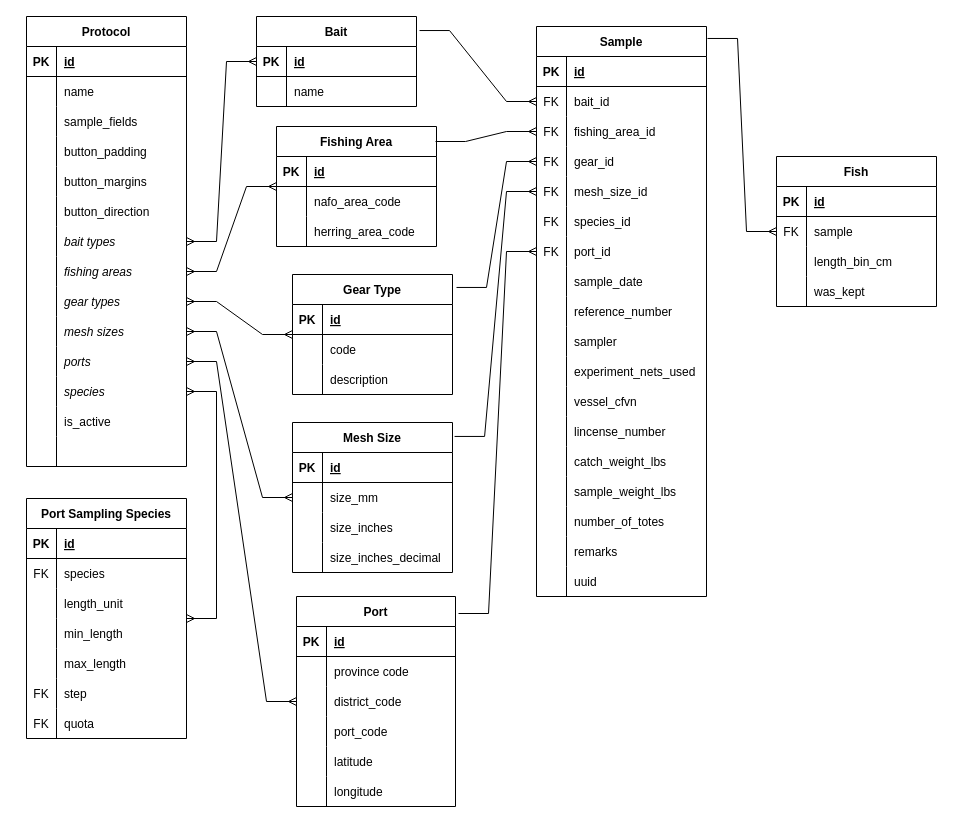
Above: ANDES-TechReport-EN/figures/src/erd_port.drawio in dfo-gulf-science/ANDES-description-report-2023 (draw.io), before the change. Source tidied: cells renumbered, new cells numbered last; positions are measured from the earlier drawing's top-left corner, leaving out a move shared by most shapes. Both pictures are drawn from the tidied source at 100%, with x=0, y=0 at pixel (26, 16).
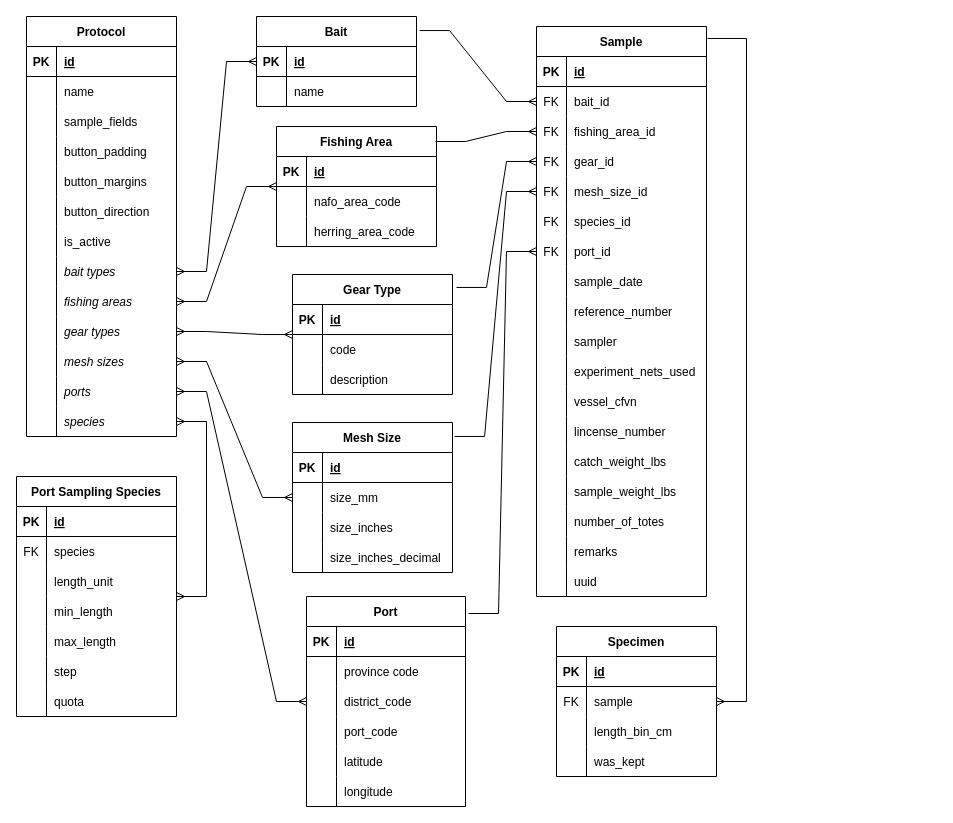
The same page after the edit.

Unchanged cells that the change refers to:
```xml
<mxCell id="165" style="shape=partialRectangle;fillColor=none;top=0;left=0;right=0;bottom=0;" parent="149" vertex="1">
  <mxGeometry y="180" width="160" height="30" as="geometry" />
</mxCell>
<mxCell id="168" style="shape=partialRectangle;fillColor=none;top=0;left=0;right=0;bottom=0;" parent="149" vertex="1">
  <mxGeometry y="210" width="160" height="30" as="geometry" />
</mxCell>
```

The edit, as a diff of the source:
```diff
@@
     <mxCell id="2" value="Protocol" style="shape=table;startSize=30;childLayout=tableLayout;rowLines=0;fontStyle=1;align=center;" parent="1" vertex="1">
-      <mxGeometry width="160" height="450" as="geometry" />
+      <mxGeometry width="150" height="420" as="geometry" />
     </mxCell>
     <mxCell id="3" style="shape=partialRectangle;fillColor=none;top=0;left=0;right=0;bottom=1;" parent="2" vertex="1">
-      <mxGeometry y="30" width="160" height="30" as="geometry" />
+      <mxGeometry y="30" width="150" height="30" as="geometry" />
     </mxCell>
@@
     <mxCell id="5" value="id" style="shape=partialRectangle;overflow=hidden;fillColor=none;top=0;left=0;bottom=0;right=0;align=left;spacingLeft=6;fontStyle=5;" parent="3" vertex="1">
-      <mxGeometry x="30" width="130" height="30" as="geometry" />
+      <mxGeometry x="30" width="120" height="30" as="geometry" />
     </mxCell>
     <mxCell id="6" style="shape=partialRectangle;fillColor=none;top=0;left=0;right=0;bottom=0;" parent="2" vertex="1">
-      <mxGeometry y="60" width="160" height="30" as="geometry" />
+      <mxGeometry y="60" width="150" height="30" as="geometry" />
     </mxCell>
@@
     <mxCell id="8" value="name" style="shape=partialRectangle;overflow=hidden;fillColor=none;top=0;left=0;bottom=0;right=0;align=left;spacingLeft=6;" parent="6" vertex="1">
-      <mxGeometry x="30" width="130" height="30" as="geometry" />
+      <mxGeometry x="30" width="120" height="30" as="geometry" />
     </mxCell>
     <mxCell id="9" style="shape=partialRectangle;fillColor=none;top=0;left=0;right=0;bottom=0;" parent="2" vertex="1">
-      <mxGeometry y="90" width="160" height="30" as="geometry" />
+      <mxGeometry y="90" width="150" height="30" as="geometry" />
     </mxCell>
@@
     <mxCell id="11" value="sample_fields" style="shape=partialRectangle;overflow=hidden;fillColor=none;top=0;left=0;bottom=0;right=0;align=left;spacingLeft=6;" parent="9" vertex="1">
-      <mxGeometry x="30" width="130" height="30" as="geometry" />
+      <mxGeometry x="30" width="120" height="30" as="geometry" />
     </mxCell>
     <mxCell id="12" style="shape=partialRectangle;fillColor=none;top=0;left=0;right=0;bottom=0;" parent="2" vertex="1">
-      <mxGeometry y="120" width="160" height="30" as="geometry" />
+      <mxGeometry y="120" width="150" height="30" as="geometry" />
     </mxCell>
@@
     <mxCell id="14" value="button_padding" style="shape=partialRectangle;overflow=hidden;fillColor=none;top=0;left=0;bottom=0;right=0;align=left;spacingLeft=6;" parent="12" vertex="1">
-      <mxGeometry x="30" width="130" height="30" as="geometry" />
+      <mxGeometry x="30" width="120" height="30" as="geometry" />
     </mxCell>
     <mxCell id="15" style="shape=partialRectangle;fillColor=none;top=0;left=0;right=0;bottom=0;" parent="2" vertex="1">
-      <mxGeometry y="150" width="160" height="30" as="geometry" />
+      <mxGeometry y="150" width="150" height="30" as="geometry" />
     </mxCell>
@@
     <mxCell id="17" value="button_margins" style="shape=partialRectangle;overflow=hidden;fillColor=none;top=0;left=0;bottom=0;right=0;align=left;spacingLeft=6;" parent="15" vertex="1">
-      <mxGeometry x="30" width="130" height="30" as="geometry" />
+      <mxGeometry x="30" width="120" height="30" as="geometry" />
     </mxCell>
     <mxCell id="18" style="shape=partialRectangle;fillColor=none;top=0;left=0;right=0;bottom=0;" parent="2" vertex="1">
-      <mxGeometry y="180" width="160" height="30" as="geometry" />
+      <mxGeometry y="180" width="150" height="30" as="geometry" />
     </mxCell>
@@
     <mxCell id="20" value="button_direction" style="shape=partialRectangle;overflow=hidden;fillColor=none;top=0;left=0;bottom=0;right=0;align=left;spacingLeft=6;" parent="18" vertex="1">
-      <mxGeometry x="30" width="130" height="30" as="geometry" />
+      <mxGeometry x="30" width="120" height="30" as="geometry" />
     </mxCell>
+    <mxCell id="39" style="shape=partialRectangle;fillColor=none;top=0;left=0;right=0;bottom=0;" parent="2" vertex="1">
+      <mxGeometry y="210" width="150" height="30" as="geometry" />
+    </mxCell>
+    <mxCell id="40" style="shape=partialRectangle;overflow=hidden;fillColor=none;top=0;left=0;bottom=0;right=0;" parent="39" vertex="1">
+      <mxGeometry width="30" height="30" as="geometry" />
+    </mxCell>
+    <mxCell id="41" value="is_active" style="shape=partialRectangle;overflow=hidden;fillColor=none;top=0;left=0;bottom=0;right=0;align=left;spacingLeft=6;" parent="39" vertex="1">
+      <mxGeometry x="30" width="120" height="30" as="geometry" />
+    </mxCell>
     <mxCell id="21" style="shape=partialRectangle;fillColor=none;points=[[0,0.5],[1,0.5]];portConstraint=eastwest;top=0;left=0;right=0;bottom=0;" parent="2" vertex="1">
-      <mxGeometry y="210" width="160" height="30" as="geometry" />
+      <mxGeometry y="240" width="150" height="30" as="geometry" />
     </mxCell>
@@
     <mxCell id="23" value="bait types" style="shape=partialRectangle;overflow=hidden;fillColor=none;top=0;left=0;bottom=0;right=0;align=left;spacingLeft=6;fontStyle=2;" parent="21" vertex="1">
-      <mxGeometry x="30" width="130" height="30" as="geometry" />
+      <mxGeometry x="30" width="120" height="30" as="geometry" />
     </mxCell>
     <mxCell id="24" style="shape=partialRectangle;fillColor=none;points=[[0,0.5],[1,0.5]];portConstraint=eastwest;top=0;left=0;right=0;bottom=0;" parent="2" vertex="1">
-      <mxGeometry y="240" width="160" height="30" as="geometry" />
+      <mxGeometry y="270" width="150" height="30" as="geometry" />
     </mxCell>
@@
     <mxCell id="26" value="fishing areas" style="shape=partialRectangle;overflow=hidden;fillColor=none;top=0;left=0;bottom=0;right=0;align=left;spacingLeft=6;fontStyle=2;" parent="24" vertex="1">
-      <mxGeometry x="30" width="130" height="30" as="geometry" />
+      <mxGeometry x="30" width="120" height="30" as="geometry" />
     </mxCell>
     <mxCell id="27" style="shape=partialRectangle;fillColor=none;points=[[0,0.5],[1,0.5]];portConstraint=eastwest;top=0;left=0;right=0;bottom=0;" parent="2" vertex="1">
-      <mxGeometry y="270" width="160" height="30" as="geometry" />
+      <mxGeometry y="300" width="150" height="30" as="geometry" />
     </mxCell>
@@
     <mxCell id="29" value="gear types" style="shape=partialRectangle;overflow=hidden;fillColor=none;top=0;left=0;bottom=0;right=0;align=left;spacingLeft=6;fontStyle=2;" parent="27" vertex="1">
-      <mxGeometry x="30" width="130" height="30" as="geometry" />
+      <mxGeometry x="30" width="120" height="30" as="geometry" />
     </mxCell>
     <mxCell id="30" style="shape=partialRectangle;fillColor=none;points=[[0,0.5],[1,0.5]];portConstraint=eastwest;top=0;left=0;right=0;bottom=0;" parent="2" vertex="1">
-      <mxGeometry y="300" width="160" height="30" as="geometry" />
+      <mxGeometry y="330" width="150" height="30" as="geometry" />
     </mxCell>
@@
     <mxCell id="32" value="mesh sizes" style="shape=partialRectangle;overflow=hidden;fillColor=none;top=0;left=0;bottom=0;right=0;align=left;spacingLeft=6;fontStyle=2;" parent="30" vertex="1">
-      <mxGeometry x="30" width="130" height="30" as="geometry" />
+      <mxGeometry x="30" width="120" height="30" as="geometry" />
     </mxCell>
     <mxCell id="33" style="shape=partialRectangle;fillColor=none;points=[[0,0.5],[1,0.5]];portConstraint=eastwest;top=0;left=0;right=0;bottom=0;" parent="2" vertex="1">
-      <mxGeometry y="330" width="160" height="30" as="geometry" />
+      <mxGeometry y="360" width="150" height="30" as="geometry" />
     </mxCell>
@@
     <mxCell id="35" value="ports" style="shape=partialRectangle;overflow=hidden;fillColor=none;top=0;left=0;bottom=0;right=0;align=left;spacingLeft=6;fontStyle=2;" parent="33" vertex="1">
-      <mxGeometry x="30" width="130" height="30" as="geometry" />
+      <mxGeometry x="30" width="120" height="30" as="geometry" />
     </mxCell>
     <mxCell id="36" style="shape=partialRectangle;fillColor=none;points=[[0,0.5],[1,0.5]];portConstraint=eastwest;top=0;left=0;right=0;bottom=0;" parent="2" vertex="1">
-      <mxGeometry y="360" width="160" height="30" as="geometry" />
+      <mxGeometry y="390" width="150" height="30" as="geometry" />
     </mxCell>
@@
     <mxCell id="38" value="species" style="shape=partialRectangle;overflow=hidden;fillColor=none;top=0;left=0;bottom=0;right=0;align=left;spacingLeft=6;fontStyle=2;" parent="36" vertex="1">
-      <mxGeometry x="30" width="130" height="30" as="geometry" />
+      <mxGeometry x="30" width="120" height="30" as="geometry" />
     </mxCell>
-    <mxCell id="39" style="shape=partialRectangle;fillColor=none;top=0;left=0;right=0;bottom=0;" parent="2" vertex="1">
-      <mxGeometry y="390" width="160" height="30" as="geometry" />
-    </mxCell>
-    <mxCell id="40" style="shape=partialRectangle;overflow=hidden;fillColor=none;top=0;left=0;bottom=0;right=0;" parent="39" vertex="1">
-      <mxGeometry width="30" height="30" as="geometry" />
-    </mxCell>
-    <mxCell id="41" value="is_active" style="shape=partialRectangle;overflow=hidden;fillColor=none;top=0;left=0;bottom=0;right=0;align=left;spacingLeft=6;" parent="39" vertex="1">
-      <mxGeometry x="30" width="130" height="30" as="geometry" />
-    </mxCell>
-    <mxCell id="42" style="shape=partialRectangle;fillColor=none;top=0;left=0;right=0;bottom=0;" parent="2" vertex="1">
-      <mxGeometry y="420" width="160" height="30" as="geometry" />
-    </mxCell>
-    <mxCell id="43" style="shape=partialRectangle;overflow=hidden;fillColor=none;top=0;left=0;bottom=0;right=0;" parent="42" vertex="1">
-      <mxGeometry width="30" height="30" as="geometry" />
-    </mxCell>
-    <mxCell id="44" style="shape=partialRectangle;overflow=hidden;fillColor=none;top=0;left=0;bottom=0;right=0;align=left;spacingLeft=6;" parent="42" vertex="1">
-      <mxGeometry x="30" width="130" height="30" as="geometry" />
-    </mxCell>
     <mxCell id="45" value="Port" style="shape=table;startSize=30;childLayout=tableLayout;rowLines=0;fontStyle=1;align=center;" parent="1" vertex="1">
-      <mxGeometry x="270" y="580" width="159" height="210" as="geometry" />
+      <mxGeometry x="280" y="580" width="159" height="210" as="geometry" />
     </mxCell>
@@
     <mxCell id="149" value="Port Sampling Species" style="shape=table;startSize=30;childLayout=tableLayout;rowLines=0;fontStyle=1;align=center;" parent="1" vertex="1">
-      <mxGeometry y="482" width="160" height="240" as="geometry" />
+      <mxGeometry x="-10" y="460" width="160" height="240" as="geometry" />
     </mxCell>
@@
-    <mxCell id="166" value="FK" style="shape=partialRectangle;overflow=hidden;fillColor=none;top=0;left=0;bottom=0;right=0;" parent="165" vertex="1">
+    <mxCell id="166" style="shape=partialRectangle;overflow=hidden;fillColor=none;top=0;left=0;bottom=0;right=0;" parent="165" vertex="1">
       <mxGeometry width="30" height="30" as="geometry" />
     </mxCell>
@@
-    <mxCell id="169" value="FK" style="shape=partialRectangle;overflow=hidden;fillColor=none;top=0;left=0;bottom=0;right=0;" parent="168" vertex="1">
+    <mxCell id="169" style="shape=partialRectangle;overflow=hidden;fillColor=none;top=0;left=0;bottom=0;right=0;" parent="168" vertex="1">
       <mxGeometry width="30" height="30" as="geometry" />
     </mxCell>
@@
-    <mxCell id="171" value="Fish" style="shape=table;startSize=30;childLayout=tableLayout;rowLines=0;fontStyle=1;align=center;" parent="1" vertex="1">
-      <mxGeometry x="750" y="140" width="160" height="150" as="geometry" />
+    <mxCell id="171" value="Specimen" style="shape=table;startSize=30;childLayout=tableLayout;rowLines=0;fontStyle=1;align=center;" parent="1" vertex="1">
+      <mxGeometry x="530" y="610" width="160" height="150" as="geometry" />
     </mxCell>
```
